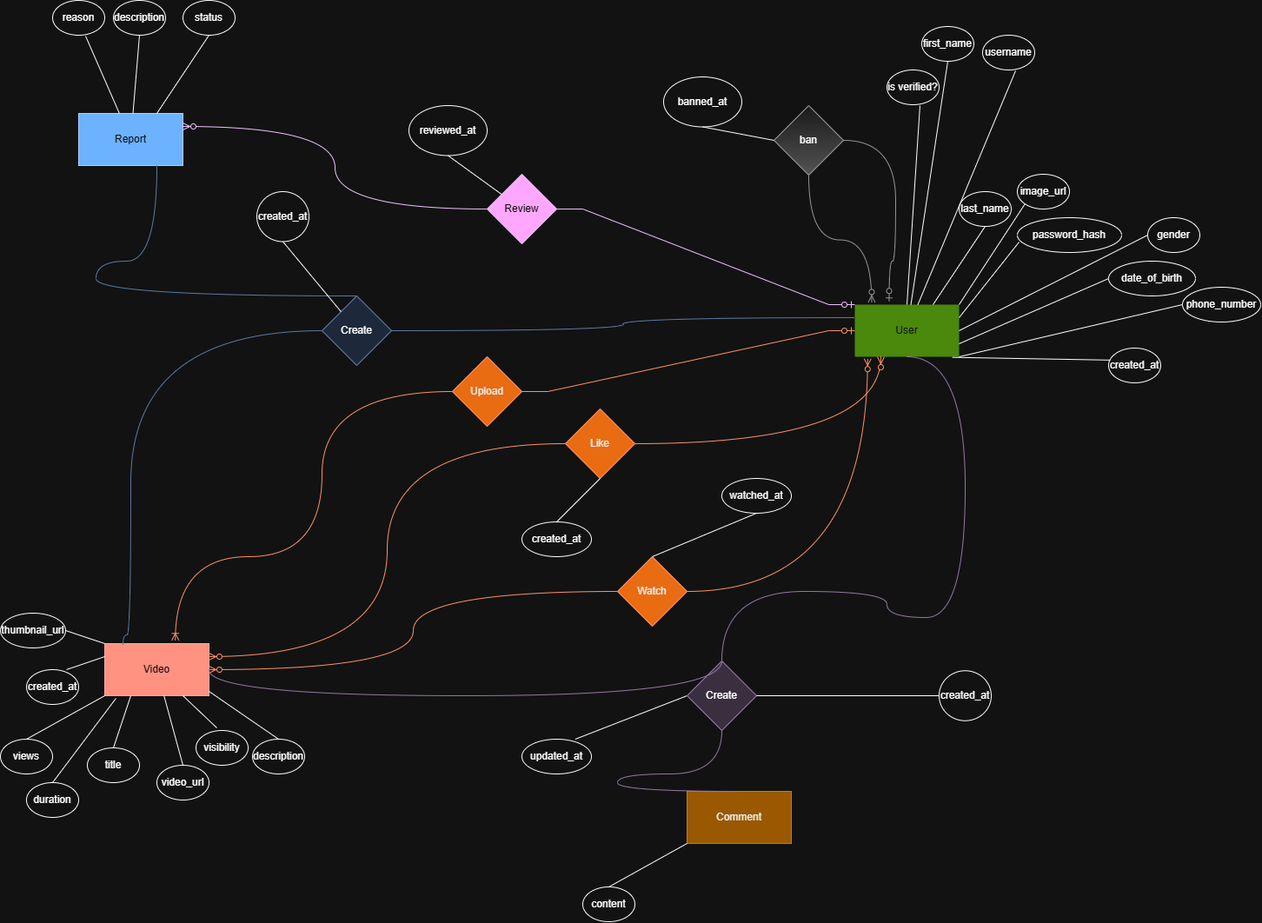
Before: Docs/ERD/ERD-Dark.png, a diagram exported from draw.io (Mahmoud0-0Salah/YouTube_MVC). Source tidied: cells renumbered, new cells last; positions are measured from the earlier drawing's top-left corner, leaving out a move shared by most shapes.
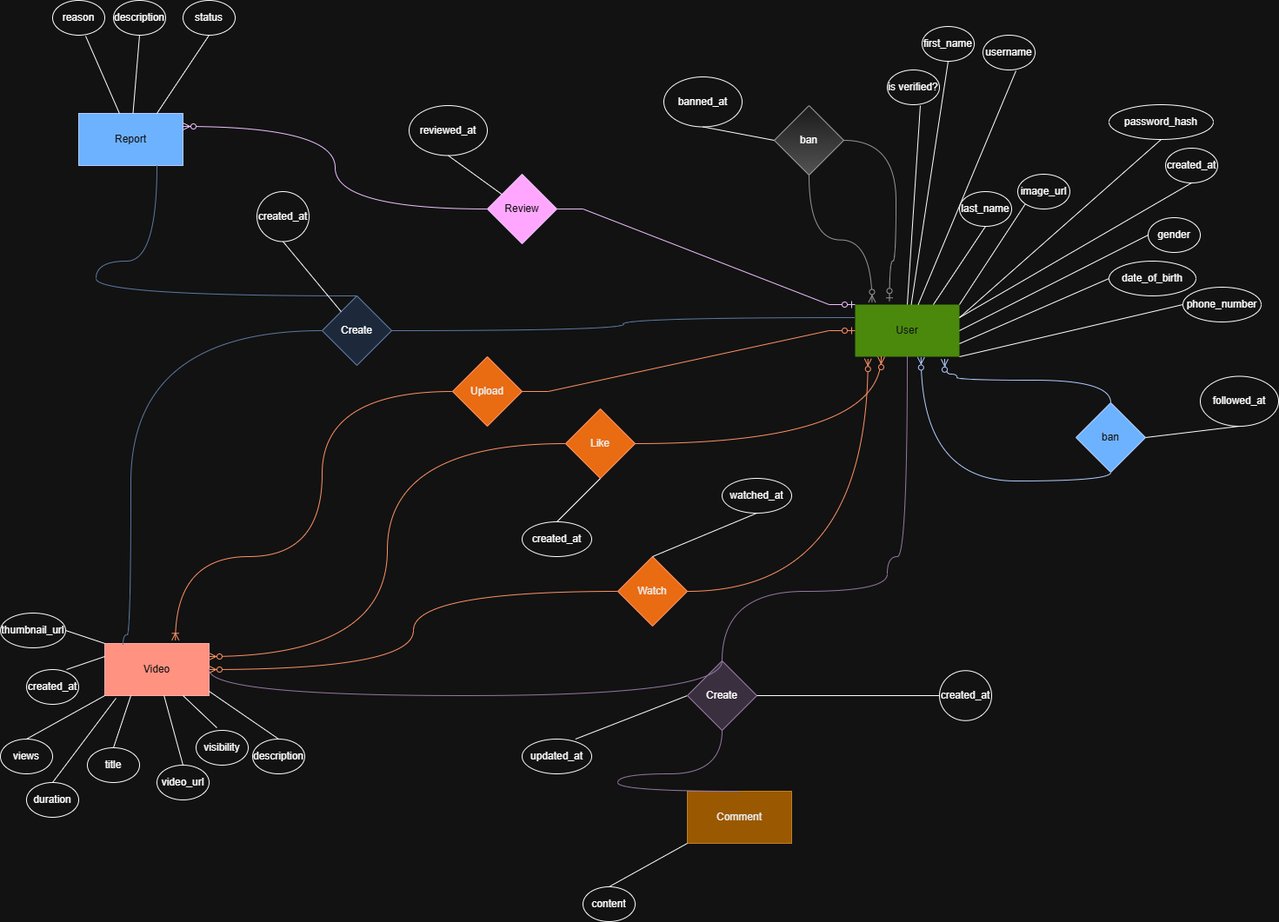
Above is the later version.

Diff of the diagram source:
```diff
@@ -24,9 +24,9 @@
       <mxGeometry relative="1" as="geometry" />
     </mxCell>
     <mxCell id="9" value="password_hash" style="ellipse;whiteSpace=wrap;html=1;" parent="1" vertex="1">
-      <mxGeometry x="1170" y="250" width="120" height="40" as="geometry" />
+      <mxGeometry x="1275" y="120" width="120" height="40" as="geometry" />
     </mxCell>
-    <mxCell id="10" style="endArrow=none;html=1;rounded=0;entryX=0.017;entryY=0.7;entryDx=0;entryDy=0;entryPerimeter=0;exitX=1;exitY=0.25;exitDx=0;exitDy=0;" parent="1" edge="1" source="2" target="9">
+    <mxCell id="10" style="endArrow=none;html=1;rounded=0;entryX=0.5;entryY=1;entryDx=0;entryDy=0;exitX=1;exitY=0.25;exitDx=0;exitDy=0;" parent="1" edge="1" source="2" target="9">
       <mxGeometry relative="1" as="geometry" />
     </mxCell>
     <mxCell id="11" value="date_of_birth" style="ellipse;whiteSpace=wrap;html=1;" parent="1" vertex="1">
@@ -42,9 +42,9 @@
       <mxGeometry relative="1" as="geometry" />
     </mxCell>
     <mxCell id="15" value="created_at" style="ellipse;whiteSpace=wrap;html=1;" parent="1" vertex="1">
-      <mxGeometry x="1275" y="400" width="60" height="40" as="geometry" />
+      <mxGeometry x="1340" y="170" width="60" height="40" as="geometry" />
     </mxCell>
-    <mxCell id="16" style="endArrow=none;html=1;rounded=0;exitX=0.03;exitY=0.346;exitDx=0;exitDy=0;entryX=0.935;entryY=1.011;entryDx=0;entryDy=0;entryPerimeter=0;exitPerimeter=0;" parent="1" edge="1" source="15" target="2">
+    <mxCell id="16" style="endArrow=none;html=1;rounded=0;exitX=0.5;exitY=1;exitDx=0;exitDy=0;entryX=1;entryY=0.25;entryDx=0;entryDy=0;" parent="1" edge="1" source="15" target="2">
       <mxGeometry relative="1" as="geometry" />
     </mxCell>
     <mxCell id="17" value="Report" style="rounded=0;whiteSpace=wrap;html=1;fillColor=#0050ef;fontColor=#ffffff;strokeColor=#001DBC;glass=0;shadow=0;" parent="1" vertex="1">
@@ -247,9 +247,8 @@
         <Array as="points">
           <mxPoint x="830" y="680" />
           <mxPoint x="1020" y="680" />
-          <mxPoint x="1020" y="710" />
-          <mxPoint x="1110" y="710" />
-          <mxPoint x="1110" y="410" />
+          <mxPoint x="1020" y="640" />
+          <mxPoint x="1043" y="640" />
         </Array>
       </mxGeometry>
     </mxCell>
@@ -301,5 +300,27 @@
     <mxCell id="86" style="edgeStyle=entityRelationEdgeStyle;fontSize=12;html=1;endArrow=ERzeroToOne;endFill=1;rounded=0;exitX=1;exitY=0.5;exitDx=0;exitDy=0;fillColor=#6a00ff;strokeColor=#3700CC;entryX=0;entryY=0;entryDx=0;entryDy=0;" parent="1" edge="1" source="52" target="2">
       <mxGeometry relative="1" as="geometry" />
     </mxCell>
+    <mxCell id="87" value="ban" style="rhombus;whiteSpace=wrap;html=1;fillColor=#0050ef;strokeColor=#001DBC;fontColor=#ffffff;" parent="1" vertex="1">
+      <mxGeometry x="1237" y="463" width="80" height="80" as="geometry" />
+    </mxCell>
+    <mxCell id="88" style="edgeStyle=orthogonalEdgeStyle;fontSize=12;html=1;endArrow=ERzeroToMany;endFill=1;rounded=0;exitX=0.5;exitY=1;exitDx=0;exitDy=0;entryX=0.632;entryY=1.007;entryDx=0;entryDy=0;curved=1;fillColor=#0050ef;strokeColor=#001DBC;entryPerimeter=0;" parent="1" edge="1" source="87" target="2">
+      <mxGeometry relative="1" as="geometry" />
+    </mxCell>
+    <mxCell id="89" value="followed_at" style="ellipse;whiteSpace=wrap;html=1;" parent="1" vertex="1">
+      <mxGeometry x="1380" y="432.5" width="90" height="57.5" as="geometry" />
+    </mxCell>
+    <mxCell id="90" style="endArrow=none;html=1;rounded=0;entryX=0.5;entryY=1;entryDx=0;entryDy=0;exitX=1;exitY=0.5;exitDx=0;exitDy=0;" parent="1" edge="1" source="87" target="89">
+      <mxGeometry relative="1" as="geometry" />
+    </mxCell>
+    <mxCell id="91" style="edgeStyle=orthogonalEdgeStyle;fontSize=12;html=1;endArrow=ERzeroToMany;endFill=1;rounded=0;exitX=0.5;exitY=0;exitDx=0;exitDy=0;entryX=0.858;entryY=1.047;entryDx=0;entryDy=0;curved=1;fillColor=#0050ef;strokeColor=#001DBC;entryPerimeter=0;" parent="1" edge="1" source="87" target="2">
+      <mxGeometry relative="1" as="geometry">
+        <Array as="points">
+          <mxPoint x="1277" y="437" />
+          <mxPoint x="1100" y="437" />
+          <mxPoint x="1100" y="430" />
+          <mxPoint x="1086" y="430" />
+        </Array>
+      </mxGeometry>
+    </mxCell>
   </root>
 </mxGraphModel>
```
